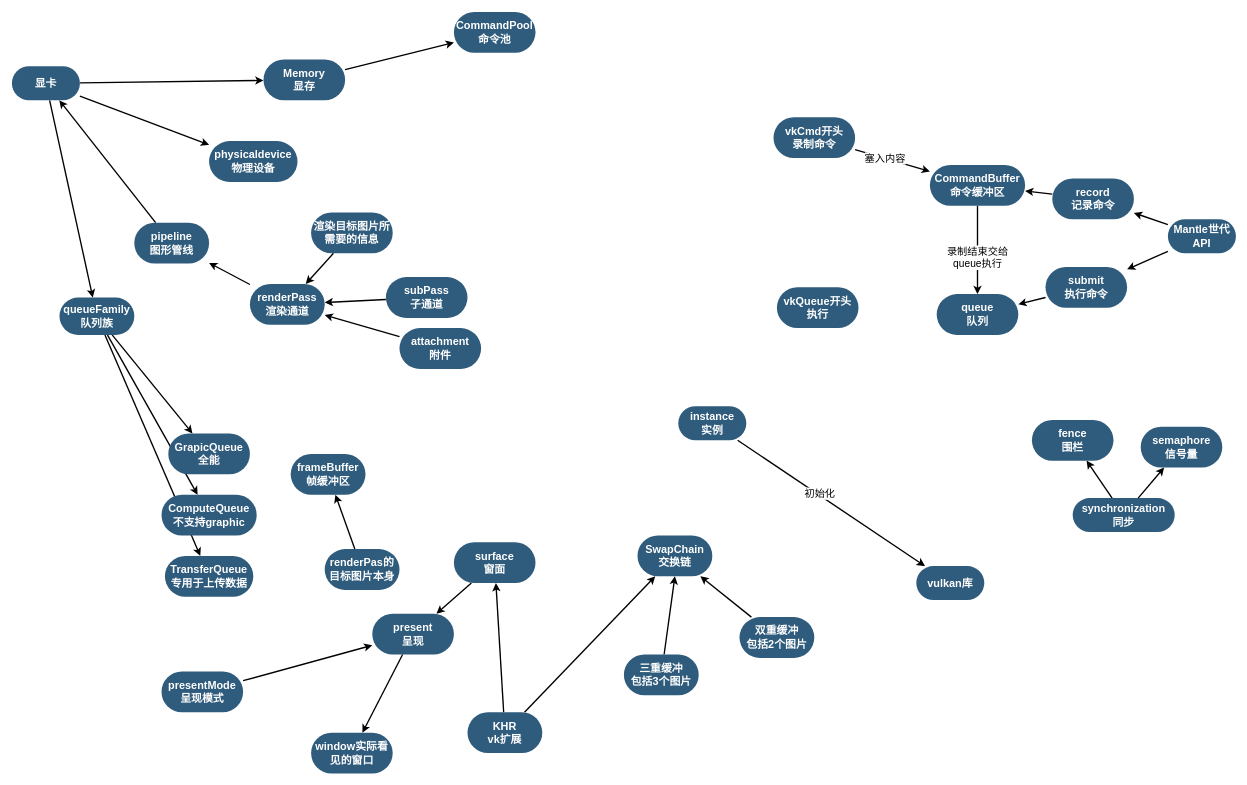
unphics/vulkan_tutorial_note keeps this draw.io diagram as LearningVulkan/LearningVulkan/vulkan.drawio. Above is the earlier version. Source tidied: cells renumbered, new cells numbered last; positions are measured from the earlier drawing's top-left corner, leaving out a move shared by most shapes. Both pictures are drawn from the tidied source at 68%, with x=0, y=0 at pixel (12, 12).
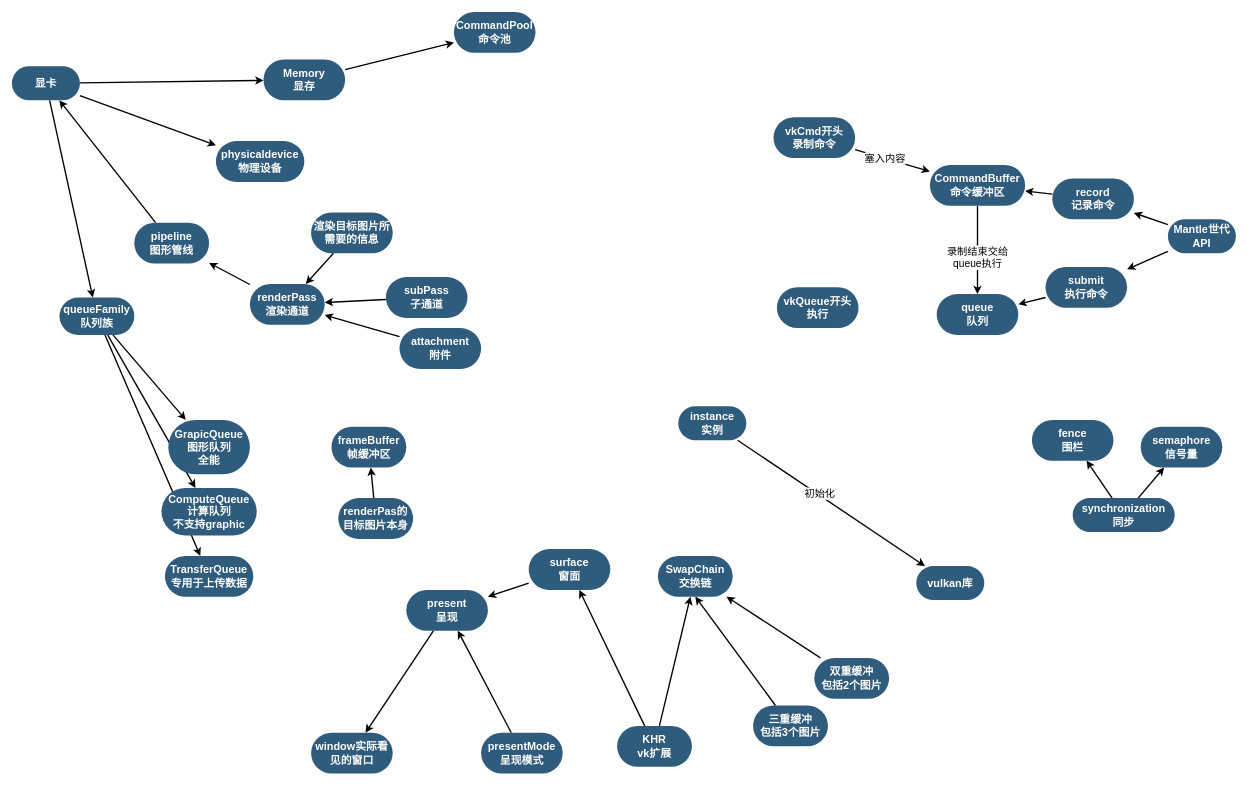
The same page after the edit.

Diff of the diagram source:
```diff
@@
     <mxCell id="10" value="physicaldevice&lt;br&gt;物理设备" style="whiteSpace=wrap;html=1;fontSize=16;fillColor=#2F5B7C;strokeColor=none;fontColor=#FFFFFF;rounded=1;shadow=0;labelBackgroundColor=none;strokeWidth=3;fontStyle=1;spacing=5;arcSize=50;" parent="1" vertex="1">
-      <mxGeometry x="290" y="190" width="130" height="60" as="geometry" />
+      <mxGeometry x="300" y="190" width="130" height="60" as="geometry" />
     </mxCell>
@@
-    <mxCell id="26" value="GrapicQueue&lt;br&gt;全能" style="whiteSpace=wrap;html=1;fontSize=16;fillColor=#2F5B7C;strokeColor=none;fontColor=#FFFFFF;rounded=1;shadow=0;labelBackgroundColor=none;strokeWidth=3;fontStyle=1;spacing=5;arcSize=50;" parent="1" vertex="1">
-      <mxGeometry x="230" y="620" width="120" height="60" as="geometry" />
+    <mxCell id="26" value="GrapicQueue&lt;br&gt;图形队列&lt;br&gt;全能" style="whiteSpace=wrap;html=1;fontSize=16;fillColor=#2F5B7C;strokeColor=none;fontColor=#FFFFFF;rounded=1;shadow=0;labelBackgroundColor=none;strokeWidth=3;fontStyle=1;spacing=5;arcSize=50;" parent="1" vertex="1">
+      <mxGeometry x="230" y="600" width="120" height="80" as="geometry" />
     </mxCell>
-    <mxCell id="27" value="ComputeQueue&lt;br&gt;不支持graphic" style="whiteSpace=wrap;html=1;fontSize=16;fillColor=#2F5B7C;strokeColor=none;fontColor=#FFFFFF;rounded=1;shadow=0;labelBackgroundColor=none;strokeWidth=3;fontStyle=1;spacing=5;arcSize=50;" parent="1" vertex="1">
-      <mxGeometry x="220" y="710" width="140" height="60" as="geometry" />
+    <mxCell id="27" value="ComputeQueue&lt;br&gt;计算队列&lt;br&gt;不支持graphic" style="whiteSpace=wrap;html=1;fontSize=16;fillColor=#2F5B7C;strokeColor=none;fontColor=#FFFFFF;rounded=1;shadow=0;labelBackgroundColor=none;strokeWidth=3;fontStyle=1;spacing=5;arcSize=50;" parent="1" vertex="1">
+      <mxGeometry x="220" y="700" width="140" height="70" as="geometry" />
     </mxCell>
@@
     <mxCell id="45" value="frameBuffer&lt;br&gt;帧缓冲区" style="whiteSpace=wrap;html=1;fontSize=16;fillColor=#2F5B7C;strokeColor=none;fontColor=#FFFFFF;rounded=1;shadow=0;labelBackgroundColor=none;strokeWidth=3;fontStyle=1;spacing=5;arcSize=50;" parent="1" vertex="1">
-      <mxGeometry x="410" y="650" width="110" height="60" as="geometry" />
+      <mxGeometry x="470" y="610" width="110" height="60" as="geometry" />
     </mxCell>
@@
     <mxCell id="47" value="renderPas的&lt;br&gt;目标图片本身" style="whiteSpace=wrap;html=1;fontSize=16;fillColor=#2F5B7C;strokeColor=none;fontColor=#FFFFFF;rounded=1;shadow=0;labelBackgroundColor=none;strokeWidth=3;fontStyle=1;spacing=5;arcSize=50;" parent="1" vertex="1">
-      <mxGeometry x="460" y="790" width="110" height="60" as="geometry" />
+      <mxGeometry x="480" y="715" width="110" height="60" as="geometry" />
     </mxCell>
     <mxCell id="48" value="SwapChain&lt;br&gt;交换链" style="whiteSpace=wrap;html=1;fontSize=16;fillColor=#2F5B7C;strokeColor=none;fontColor=#FFFFFF;rounded=1;shadow=0;labelBackgroundColor=none;strokeWidth=3;fontStyle=1;spacing=5;arcSize=50;" parent="1" vertex="1">
-      <mxGeometry x="920" y="770" width="110" height="60" as="geometry" />
+      <mxGeometry x="950" y="800" width="110" height="60" as="geometry" />
     </mxCell>
@@
     <mxCell id="50" value="三重缓冲&lt;br&gt;包括3个图片" style="whiteSpace=wrap;html=1;fontSize=16;fillColor=#2F5B7C;strokeColor=none;fontColor=#FFFFFF;rounded=1;shadow=0;labelBackgroundColor=none;strokeWidth=3;fontStyle=1;spacing=5;arcSize=50;" parent="1" vertex="1">
-      <mxGeometry x="900" y="945" width="110" height="60" as="geometry" />
+      <mxGeometry x="1090" y="1020" width="110" height="60" as="geometry" />
     </mxCell>
@@
     <mxCell id="52" value="双重缓冲&lt;br&gt;包括2个图片" style="whiteSpace=wrap;html=1;fontSize=16;fillColor=#2F5B7C;strokeColor=none;fontColor=#FFFFFF;rounded=1;shadow=0;labelBackgroundColor=none;strokeWidth=3;fontStyle=1;spacing=5;arcSize=50;" parent="1" vertex="1">
-      <mxGeometry x="1070" y="890" width="110" height="60" as="geometry" />
+      <mxGeometry x="1180" y="950" width="110" height="60" as="geometry" />
     </mxCell>
@@
     <mxCell id="56" value="KHR&lt;br&gt;vk扩展" style="whiteSpace=wrap;html=1;fontSize=16;fillColor=#2F5B7C;strokeColor=none;fontColor=#FFFFFF;rounded=1;shadow=0;labelBackgroundColor=none;strokeWidth=3;fontStyle=1;spacing=5;arcSize=50;" parent="1" vertex="1">
-      <mxGeometry x="670" y="1030" width="110" height="60" as="geometry" />
+      <mxGeometry x="890" y="1050" width="110" height="60" as="geometry" />
     </mxCell>
@@
     <mxCell id="58" value="surface&lt;br&gt;窗面" style="whiteSpace=wrap;html=1;fontSize=16;fillColor=#2F5B7C;strokeColor=none;fontColor=#FFFFFF;rounded=1;shadow=0;labelBackgroundColor=none;strokeWidth=3;fontStyle=1;spacing=5;arcSize=50;" parent="1" vertex="1">
-      <mxGeometry x="650" y="780" width="120" height="60" as="geometry" />
+      <mxGeometry x="760" y="790" width="120" height="60" as="geometry" />
     </mxCell>
@@
     <mxCell id="62" value="present&lt;br&gt;呈现" style="whiteSpace=wrap;html=1;fontSize=16;fillColor=#2F5B7C;strokeColor=none;fontColor=#FFFFFF;rounded=1;shadow=0;labelBackgroundColor=none;strokeWidth=3;fontStyle=1;spacing=5;arcSize=50;" parent="1" vertex="1">
-      <mxGeometry x="530" y="885" width="120" height="60" as="geometry" />
+      <mxGeometry x="580" y="850" width="120" height="60" as="geometry" />
     </mxCell>
@@
     <mxCell id="64" value="presentMode&lt;br&gt;呈现模式" style="whiteSpace=wrap;html=1;fontSize=16;fillColor=#2F5B7C;strokeColor=none;fontColor=#FFFFFF;rounded=1;shadow=0;labelBackgroundColor=none;strokeWidth=3;fontStyle=1;spacing=5;arcSize=50;" parent="1" vertex="1">
-      <mxGeometry x="220" y="970" width="120" height="60" as="geometry" />
+      <mxGeometry x="690" y="1060" width="120" height="60" as="geometry" />
     </mxCell>
```
